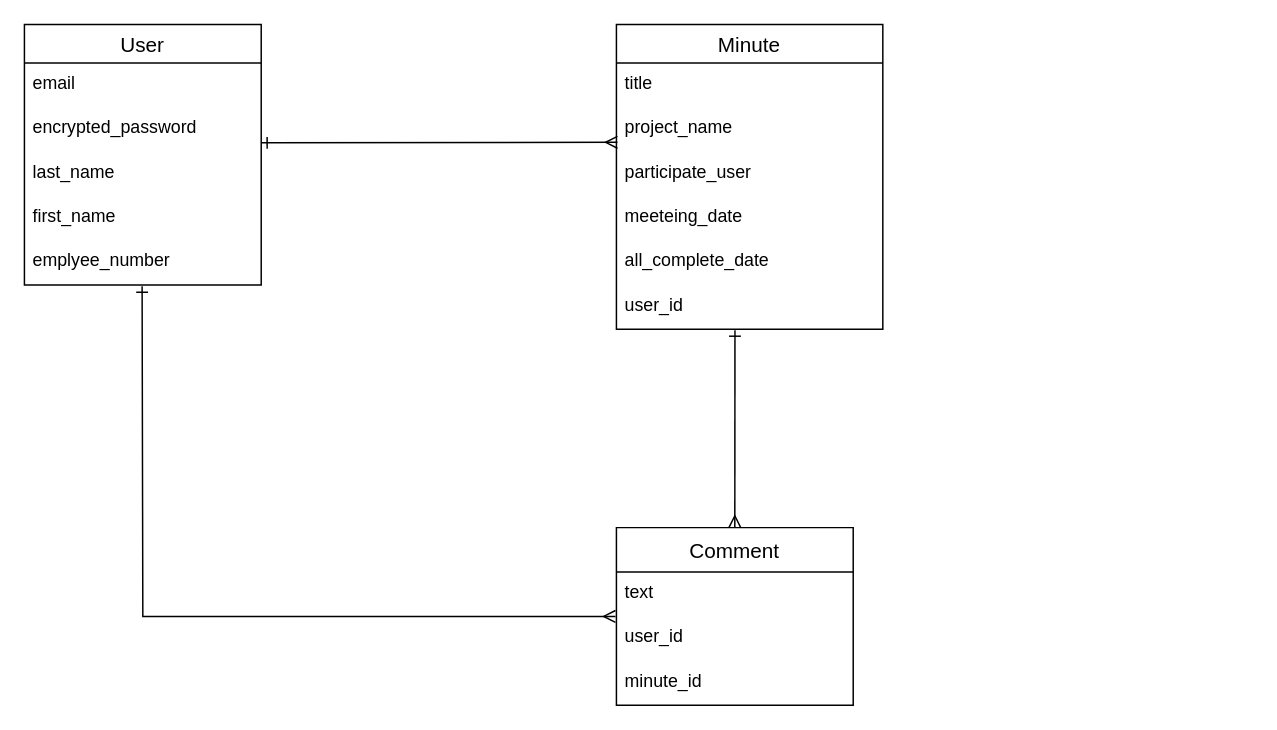
This is test.dio from Yurika-1016/minutes-app-33991, a draw.io file, before an edit. Source tidied: cells renumbered, new cells numbered last; positions are measured from the earlier drawing's top-left corner, leaving out a move shared by most shapes. Both pictures are drawn from the tidied source at 148%, with x=0, y=0 at pixel (24, 24).
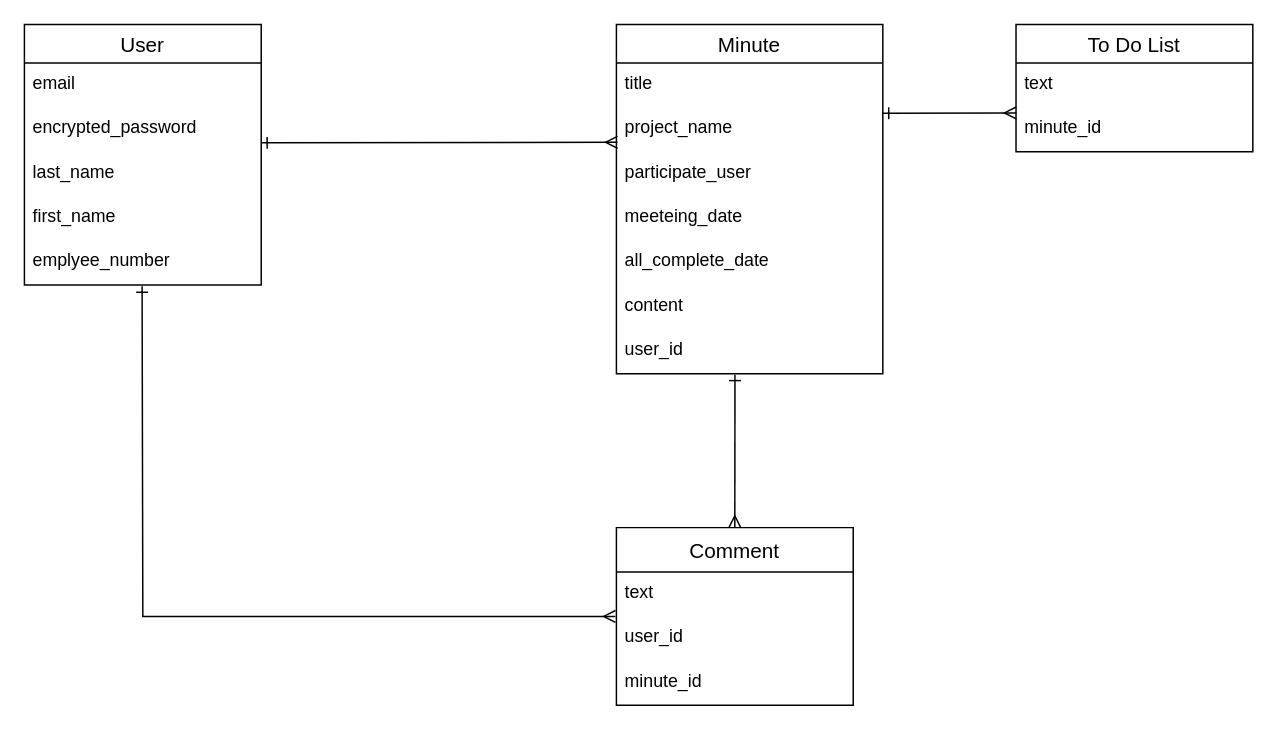
The same page after the edit.

Change to the diagram source:
```diff
@@
     <mxCell id="8" value="Minute" style="swimlane;fontStyle=0;horizontal=1;startSize=26;align=center;fontSize=14;" parent="1" vertex="1">
-      <mxGeometry x="400" width="180" height="206" as="geometry" />
+      <mxGeometry x="400" width="180" height="236" as="geometry" />
     </mxCell>
@@
+    <mxCell id="22" value="content" style="text;strokeColor=none;fillColor=none;spacingLeft=4;spacingRight=4;overflow=hidden;fontSize=12;" parent="8" vertex="1">
+      <mxGeometry y="176" width="180" height="30" as="geometry" />
+    </mxCell>
     <mxCell id="14" value="user_id" style="text;strokeColor=none;fillColor=none;spacingLeft=4;spacingRight=4;overflow=hidden;points=[[0,0.5],[1,0.5]];portConstraint=eastwest;fontSize=12;" parent="8" vertex="1">
-      <mxGeometry y="176" width="180" height="30" as="geometry" />
+      <mxGeometry y="206" width="180" height="30" as="geometry" />
     </mxCell>
@@
+    <mxCell id="23" value="To Do List" style="swimlane;fontStyle=0;horizontal=1;startSize=26;align=center;fontSize=14;" parent="1" vertex="1">
+      <mxGeometry x="670" width="160" height="86" as="geometry" />
+    </mxCell>
+    <mxCell id="24" value="text" style="text;strokeColor=none;fillColor=none;spacingLeft=4;spacingRight=4;overflow=hidden;fontSize=12;" parent="23" vertex="1">
+      <mxGeometry y="26" width="160" height="30" as="geometry" />
+    </mxCell>
+    <mxCell id="25" style="endArrow=ERmany;html=1;rounded=0;entryX=0.001;entryY=0.126;entryDx=0;entryDy=0;entryPerimeter=0;startArrow=ERone;startFill=0;endFill=0;" parent="23" edge="1" target="26">
+      <mxGeometry relative="1" as="geometry">
+        <mxPoint x="-90" y="60" as="sourcePoint" />
+      </mxGeometry>
+    </mxCell>
+    <mxCell id="26" value="minute_id" style="text;strokeColor=none;fillColor=none;spacingLeft=4;spacingRight=4;overflow=hidden;points=[[0,0.5],[1,0.5]];portConstraint=eastwest;fontSize=12;" parent="23" vertex="1">
+      <mxGeometry y="56" width="160" height="30" as="geometry" />
+    </mxCell>
```
